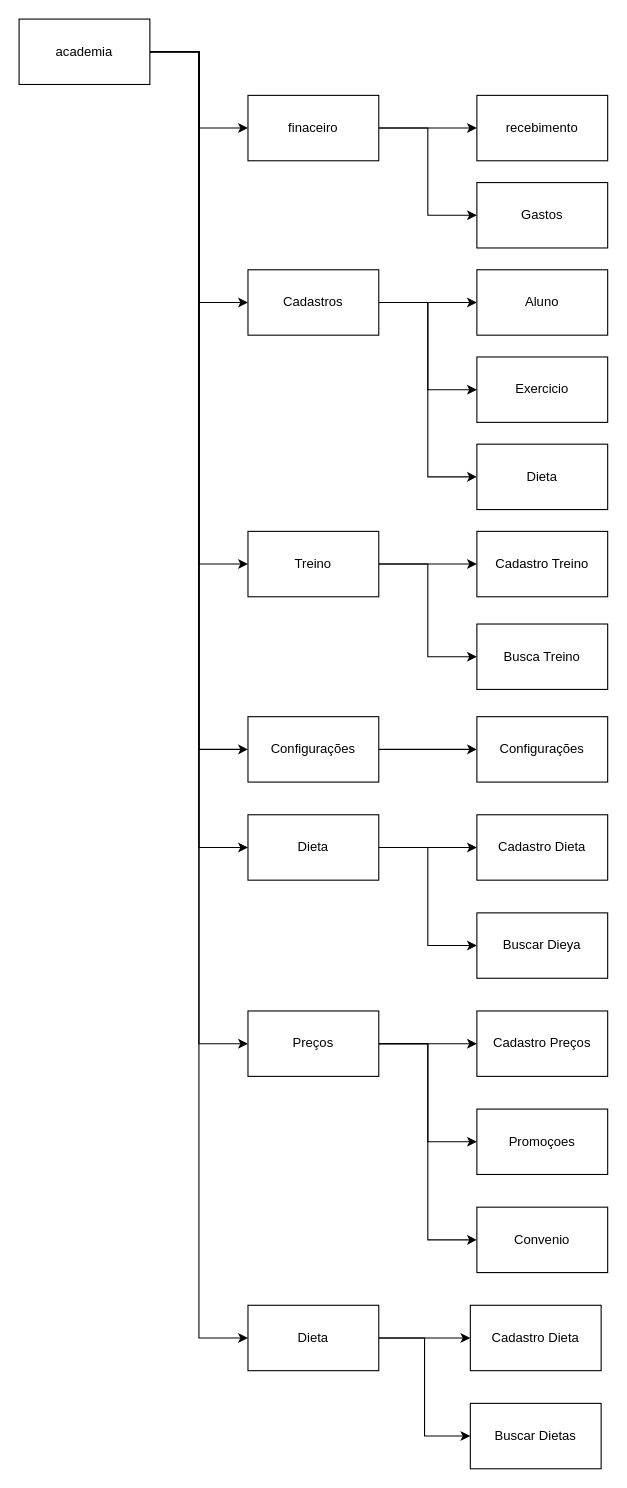
Above: src/anotacoes/Ideias projetos/possivel menu.drawio in rdsdo100/academia (draw.io), before the change. Source tidied: cells renumbered, new cells numbered last; positions are measured from the earlier drawing's top-left corner, leaving out a move shared by most shapes. Both pictures are drawn from the tidied source at 109%, with x=0, y=0 at pixel (19, 19).
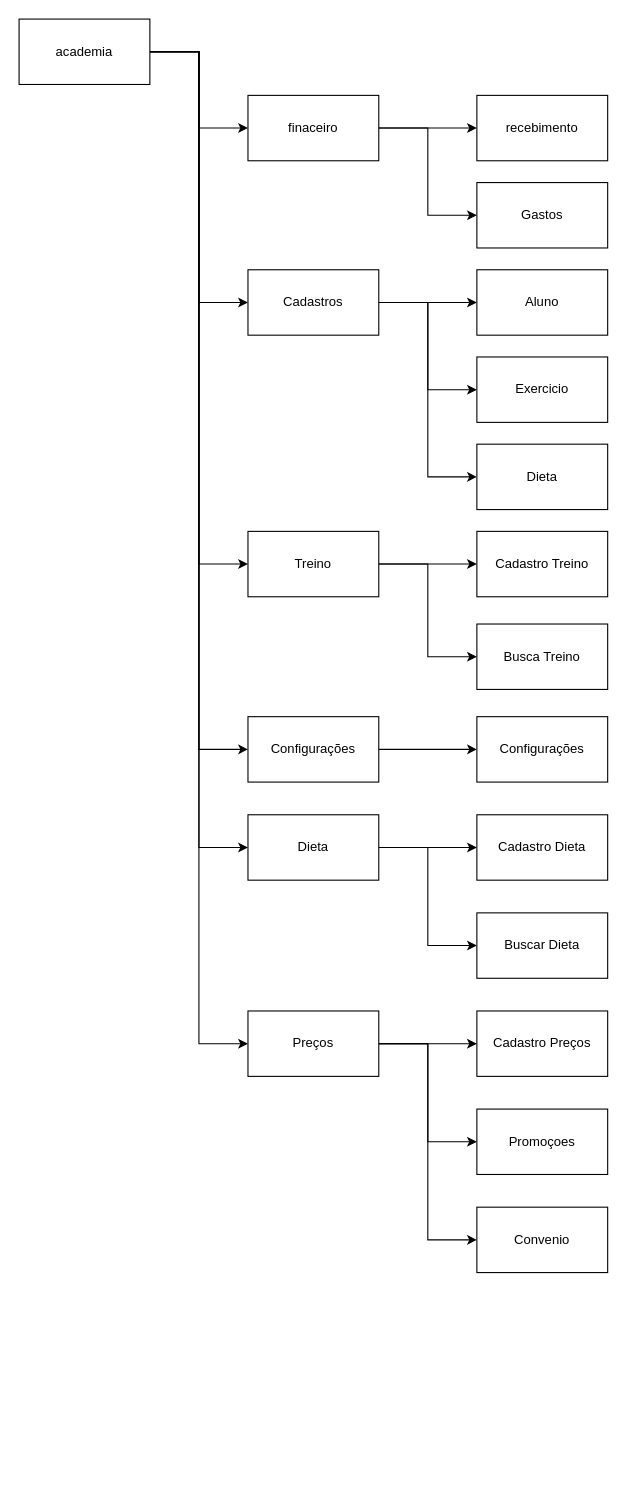
The same page after the edit.

Unchanged cells that the change refers to:
```xml
<mxCell id="12" value="academia" style="rounded=0;whiteSpace=wrap;html=1;" parent="1" vertex="1">
  <mxGeometry width="120" height="60" as="geometry" />
</mxCell>
```

The edit, as a diff of the source:
```diff
@@
-    <mxCell id="11" style="edgeStyle=orthogonalEdgeStyle;rounded=0;jettySize=auto;html=1;entryX=0;entryY=0.5;entryDx=0;entryDy=0;" parent="1" edge="1" source="12" target="45">
-      <mxGeometry relative="1" as="geometry" />
-    </mxCell>
@@
-    <mxCell id="34" value="Buscar Dieya" style="rounded=0;whiteSpace=wrap;html=1;" parent="1" vertex="1">
+    <mxCell id="34" value="Buscar Dieta" style="rounded=0;whiteSpace=wrap;html=1;" parent="1" vertex="1">
       <mxGeometry x="420" y="820" width="120" height="60" as="geometry" />
     </mxCell>
@@
-    <mxCell id="42" value="Cadastro Dieta" style="rounded=0;whiteSpace=wrap;html=1;" parent="1" vertex="1">
-      <mxGeometry x="414" y="1180" width="120" height="60" as="geometry" />
-    </mxCell>
-    <mxCell id="43" style="edgeStyle=orthogonalEdgeStyle;rounded=0;jettySize=auto;html=1;entryX=0;entryY=0.5;entryDx=0;entryDy=0;" parent="1" edge="1" source="45" target="42">
-      <mxGeometry relative="1" as="geometry" />
-    </mxCell>
-    <mxCell id="44" style="edgeStyle=orthogonalEdgeStyle;rounded=0;jettySize=auto;html=1;entryX=0;entryY=0.5;entryDx=0;entryDy=0;" parent="1" edge="1" source="45" target="46">
-      <mxGeometry relative="1" as="geometry" />
-    </mxCell>
-    <mxCell id="45" value="Dieta" style="rounded=0;whiteSpace=wrap;html=1;" parent="1" vertex="1">
-      <mxGeometry x="210" y="1180" width="120" height="60" as="geometry" />
-    </mxCell>
-    <mxCell id="46" value="Buscar Dietas" style="rounded=0;whiteSpace=wrap;html=1;" parent="1" vertex="1">
-      <mxGeometry x="414" y="1270" width="120" height="60" as="geometry" />
-    </mxCell>
```
